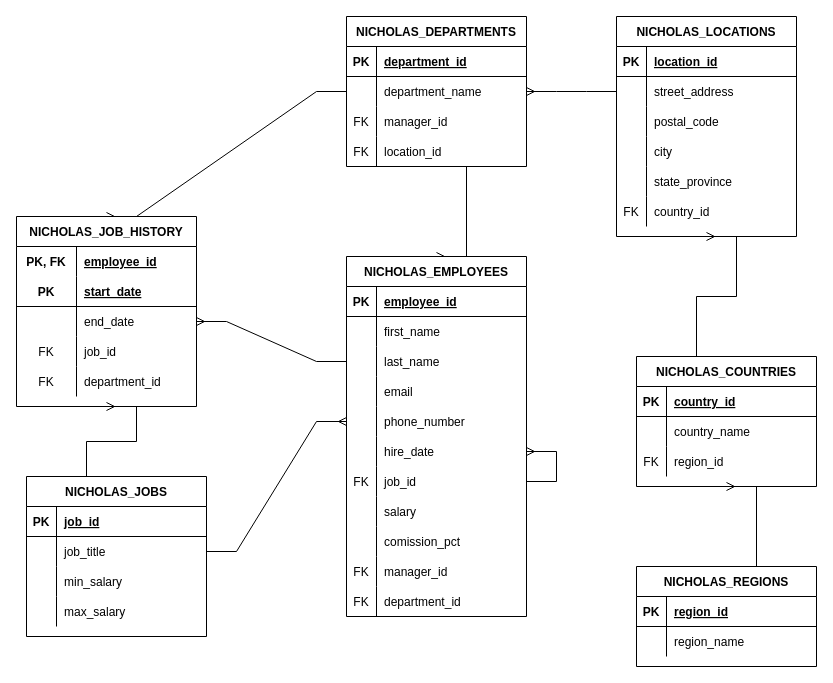
This is Untitled Diagram.drawio from NicholasA2/Draw.io_Good, a draw.io file, before an edit. Source tidied: cells renumbered, new cells numbered last; positions are measured from the earlier drawing's top-left corner, leaving out a move shared by most shapes. Both pictures are drawn from the tidied source at 100%, with x=0, y=0 at pixel (16, 16).
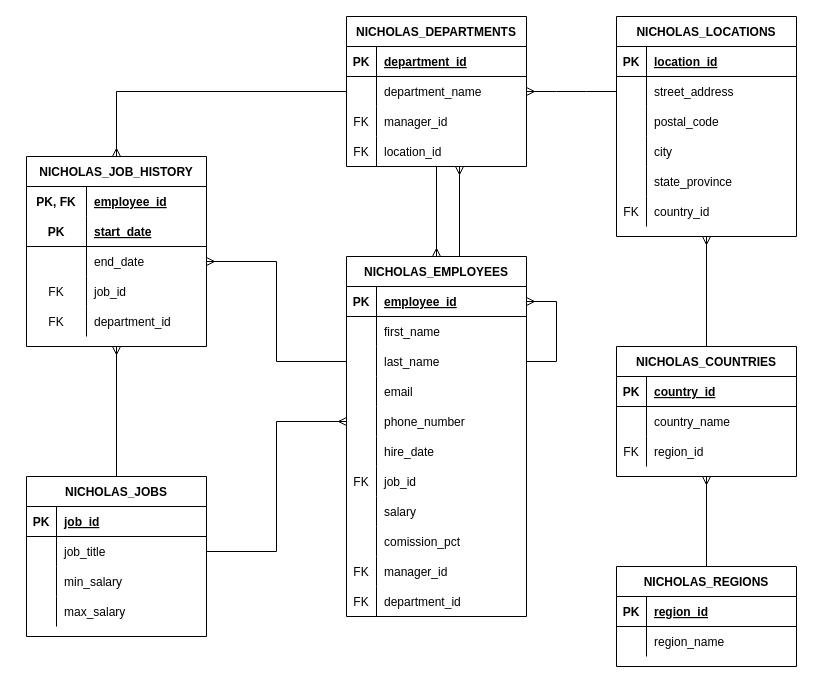
Above is the later version.

Unchanged cells that the change refers to:
```xml
<mxCell id="13" style="shape=partialRectangle;fillColor=none;top=0;left=0;bottom=0;right=0;points=[[0,0.5],[1,0.5]];portConstraint=eastwest;" parent="9" vertex="1">
  <mxGeometry y="60" width="180" height="30" as="geometry" />
</mxCell>
<mxCell id="19" style="shape=partialRectangle;fillColor=none;top=0;left=0;bottom=0;right=0;points=[[0,0.5],[1,0.5]];portConstraint=eastwest;" parent="9" vertex="1">
  <mxGeometry y="120" width="180" height="30" as="geometry" />
</mxCell>
<mxCell id="22" value="NICHOLAS_JOBS" style="shape=table;startSize=30;childLayout=tableLayout;rowLines=0;fontStyle=1;align=center;" parent="1" vertex="1">
  <mxGeometry x="10" y="460" width="180" height="160" as="geometry" />
</mxCell>
<mxCell id="26" style="shape=partialRectangle;fillColor=none;top=0;left=0;bottom=0;right=0;points=[[0,0.5],[1,0.5]];portConstraint=eastwest;" parent="22" vertex="1">
  <mxGeometry y="60" width="180" height="30" as="geometry" />
</mxCell>
<mxCell id="35" value="NICHOLAS_EMPLOYEES" style="shape=table;startSize=30;childLayout=tableLayout;rowLines=0;fontStyle=1;align=center;" parent="1" vertex="1">
  <mxGeometry x="330" y="240" width="180" height="360" as="geometry" />
</mxCell>
<mxCell id="36" style="shape=partialRectangle;fillColor=none;top=0;left=0;bottom=1;right=0;points=[[0,0.5],[1,0.5]];portConstraint=eastwest;" parent="35" vertex="1">
  <mxGeometry y="30" width="180" height="30" as="geometry" />
</mxCell>
<mxCell id="42" style="shape=partialRectangle;fillColor=none;top=0;left=0;bottom=0;right=0;points=[[0,0.5],[1,0.5]];portConstraint=eastwest;" parent="35" vertex="1">
  <mxGeometry y="90" width="180" height="30" as="geometry" />
</mxCell>
<mxCell id="48" style="shape=partialRectangle;fillColor=none;top=0;left=0;bottom=0;right=0;points=[[0,0.5],[1,0.5]];portConstraint=eastwest;" parent="35" vertex="1">
  <mxGeometry y="150" width="180" height="30" as="geometry" />
</mxCell>
<mxCell id="51" style="shape=partialRectangle;fillColor=none;top=0;left=0;bottom=0;right=0;points=[[0,0.5],[1,0.5]];portConstraint=eastwest;" parent="35" vertex="1">
  <mxGeometry y="180" width="180" height="30" as="geometry" />
</mxCell>
<mxCell id="54" style="shape=partialRectangle;fillColor=none;top=0;left=0;bottom=0;right=0;points=[[0,0.5],[1,0.5]];portConstraint=eastwest;" parent="35" vertex="1">
  <mxGeometry y="210" width="180" height="30" as="geometry" />
</mxCell>
<mxCell id="70" value="NICHOLAS_LOCATIONS" style="shape=table;startSize=30;childLayout=tableLayout;rowLines=0;fontStyle=1;align=center;" parent="1" vertex="1">
  <mxGeometry x="600" width="180" height="220" as="geometry" />
</mxCell>
<mxCell id="114" style="shape=partialRectangle;fillColor=none;top=0;left=0;bottom=0;right=0;points=[[0,0.5],[1,0.5]];portConstraint=eastwest;" parent="107" vertex="1">
  <mxGeometry y="90" width="180" height="30" as="geometry" />
</mxCell>
```

Change to the diagram source:
```diff
@@
-    <mxCell id="2" style="edgeStyle=entityRelationEdgeStyle;fontSize=12;html=1;endArrow=ERmany;rounded=0;entryX=0.5;entryY=0;entryDx=0;entryDy=0;exitX=0;exitY=0.5;exitDx=0;exitDy=0;" parent="1" edge="1" source="13" target="107">
+    <mxCell id="2" style="fontSize=12;html=1;endArrow=ERmany;rounded=0;entryX=0.5;entryY=0;entryDx=0;entryDy=0;exitX=0;exitY=0.5;exitDx=0;exitDy=0;edgeStyle=orthogonalEdgeStyle;" parent="1" edge="1" source="13" target="107">
       <mxGeometry relative="1" as="geometry" />
     </mxCell>
-    <mxCell id="3" style="edgeStyle=entityRelationEdgeStyle;fontSize=12;html=1;endArrow=ERmany;rounded=0;entryX=0.5;entryY=1;entryDx=0;entryDy=0;exitX=0.5;exitY=0;exitDx=0;exitDy=0;" parent="1" edge="1" source="22" target="107">
+    <mxCell id="3" style="fontSize=12;html=1;endArrow=ERmany;rounded=0;entryX=0.5;entryY=1;entryDx=0;entryDy=0;exitX=0.5;exitY=0;exitDx=0;exitDy=0;" parent="1" edge="1" source="22" target="107">
       <mxGeometry relative="1" as="geometry" />
     </mxCell>
-    <mxCell id="4" style="edgeStyle=entityRelationEdgeStyle;fontSize=12;html=1;endArrow=ERmany;rounded=0;exitX=1;exitY=0.5;exitDx=0;exitDy=0;entryX=0;entryY=0.5;entryDx=0;entryDy=0;" parent="1" edge="1" source="26" target="48">
+    <mxCell id="4" style="edgeStyle=orthogonalEdgeStyle;fontSize=12;html=1;endArrow=ERmany;rounded=0;exitX=1;exitY=0.5;exitDx=0;exitDy=0;entryX=0;entryY=0.5;entryDx=0;entryDy=0;" parent="1" edge="1" source="26" target="48">
       <mxGeometry relative="1" as="geometry" />
     </mxCell>
-    <mxCell id="5" style="edgeStyle=entityRelationEdgeStyle;fontSize=12;html=1;endArrow=ERmany;rounded=0;entryX=0.5;entryY=0;entryDx=0;entryDy=0;exitX=0.5;exitY=1;exitDx=0;exitDy=0;exitPerimeter=0;" parent="1" edge="1" source="19" target="35">
+    <mxCell id="5" style="fontSize=12;html=1;endArrow=ERmany;rounded=0;entryX=0.5;entryY=0;entryDx=0;entryDy=0;exitX=0.5;exitY=1;exitDx=0;exitDy=0;exitPerimeter=0;" parent="1" edge="1" source="19" target="35">
       <mxGeometry relative="1" as="geometry" />
     </mxCell>
-    <mxCell id="6" style="edgeStyle=entityRelationEdgeStyle;fontSize=12;html=1;endArrow=ERmany;rounded=0;entryX=1;entryY=0.5;entryDx=0;entryDy=0;exitX=0;exitY=0.5;exitDx=0;exitDy=0;" parent="1" edge="1" source="42" target="114">
+    <mxCell id="6" style="edgeStyle=orthogonalEdgeStyle;fontSize=12;html=1;endArrow=ERmany;rounded=0;entryX=1;entryY=0.5;entryDx=0;entryDy=0;exitX=0;exitY=0.5;exitDx=0;exitDy=0;" parent="1" edge="1" source="42" target="114">
       <mxGeometry relative="1" as="geometry" />
     </mxCell>
@@
-    <mxCell id="8" style="edgeStyle=entityRelationEdgeStyle;fontSize=12;html=1;endArrow=ERmany;rounded=0;exitX=0.5;exitY=0;exitDx=0;exitDy=0;entryX=0.5;entryY=1;entryDx=0;entryDy=0;" parent="1" edge="1" source="89" target="70">
+    <mxCell id="8" style="fontSize=12;html=1;endArrow=ERmany;rounded=0;exitX=0.5;exitY=0;exitDx=0;exitDy=0;entryX=0.5;entryY=1;entryDx=0;entryDy=0;" parent="1" edge="1" source="89" target="70">
       <mxGeometry relative="1" as="geometry" />
     </mxCell>
@@
-    <mxCell id="69" style="edgeStyle=entityRelationEdgeStyle;fontSize=12;html=1;endArrow=ERmany;rounded=0;" parent="35" edge="1" source="54" target="51">
-      <mxGeometry relative="1" as="geometry" />
-    </mxCell>
+    <mxCell id="123" style="edgeStyle=entityRelationEdgeStyle;fontSize=12;html=1;endArrow=ERmany;rounded=0;entryX=1;entryY=0.5;entryDx=0;entryDy=0;exitX=1;exitY=0.5;exitDx=0;exitDy=0;" parent="35" edge="1" source="42" target="36">
+      <mxGeometry relative="1" as="geometry" />
+    </mxCell>
@@
     <mxCell id="89" value="NICHOLAS_COUNTRIES" style="shape=table;startSize=30;childLayout=tableLayout;rowLines=0;fontStyle=1;align=center;" parent="1" vertex="1">
-      <mxGeometry x="620" y="340" width="180" height="130" as="geometry" />
+      <mxGeometry x="600" y="330" width="180" height="130" as="geometry" />
     </mxCell>
@@
     <mxCell id="99" value="NICHOLAS_REGIONS" style="shape=table;startSize=30;childLayout=tableLayout;rowLines=0;fontStyle=1;align=center;" parent="1" vertex="1">
-      <mxGeometry x="620" y="550" width="180" height="100" as="geometry" />
+      <mxGeometry x="600" y="550" width="180" height="100" as="geometry" />
     </mxCell>
@@
-    <mxCell id="106" style="edgeStyle=entityRelationEdgeStyle;fontSize=12;html=1;endArrow=ERmany;rounded=0;entryX=0.5;entryY=1;entryDx=0;entryDy=0;exitX=0.5;exitY=0;exitDx=0;exitDy=0;" parent="1" edge="1" source="99" target="89">
+    <mxCell id="106" style="fontSize=12;html=1;endArrow=ERmany;rounded=0;entryX=0.5;entryY=1;entryDx=0;entryDy=0;exitX=0.5;exitY=0;exitDx=0;exitDy=0;" parent="1" edge="1" source="99" target="89">
       <mxGeometry relative="1" as="geometry" />
     </mxCell>
     <mxCell id="107" value="NICHOLAS_JOB_HISTORY" style="shape=table;startSize=30;childLayout=tableLayout;rowLines=0;fontStyle=1;align=center;" parent="1" vertex="1">
-      <mxGeometry y="200" width="180" height="190" as="geometry" />
+      <mxGeometry x="10" y="140" width="180" height="190" as="geometry" />
     </mxCell>
@@
+    <mxCell id="124" style="fontSize=12;html=1;endArrow=ERmany;rounded=0;" parent="1" edge="1">
+      <mxGeometry relative="1" as="geometry">
+        <mxPoint x="443" y="240" as="sourcePoint" />
+        <mxPoint x="443" y="150" as="targetPoint" />
+      </mxGeometry>
+    </mxCell>
```
